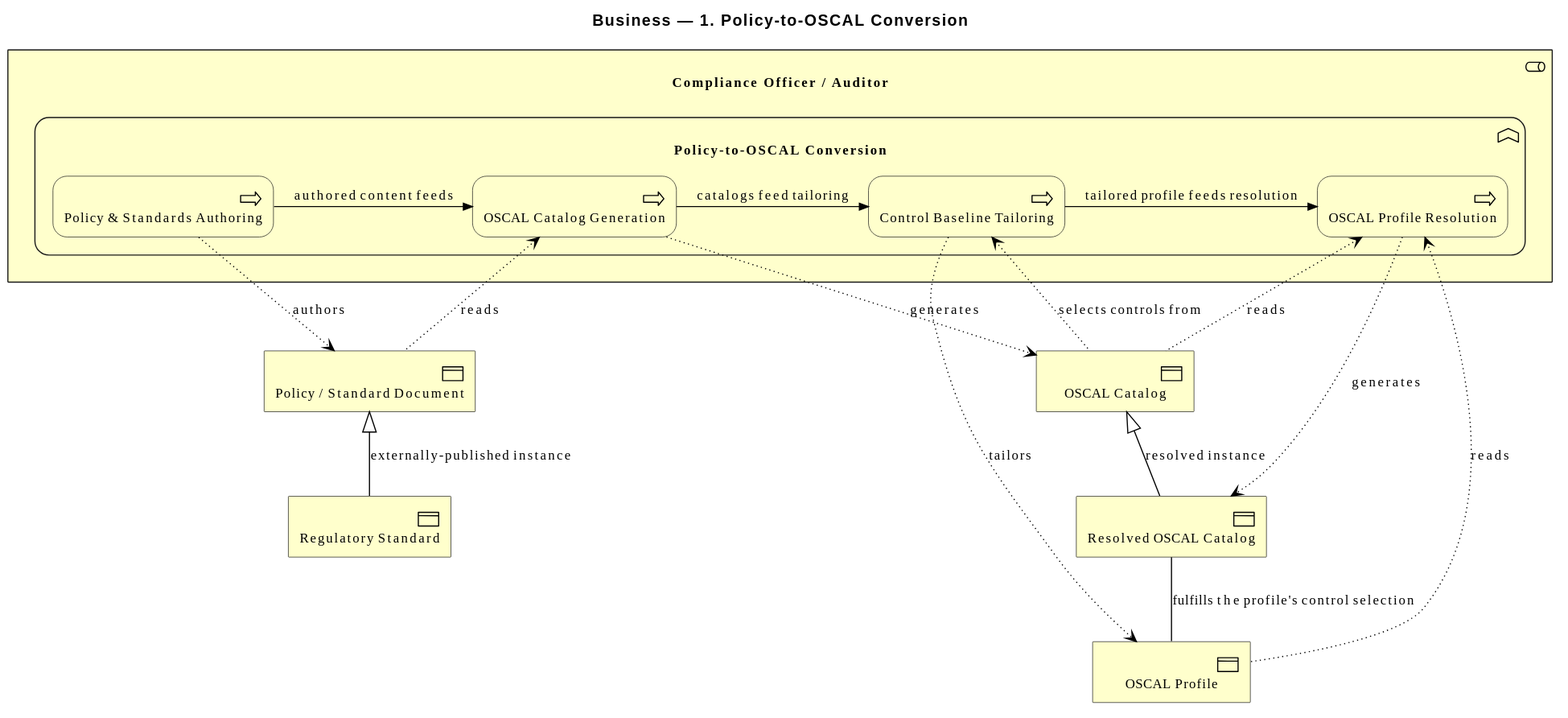
Earlier version of the PlantUML export architecture/model/diagrams/business/1-policy-conversion.svg (wolffy-au/frictionless-architect).
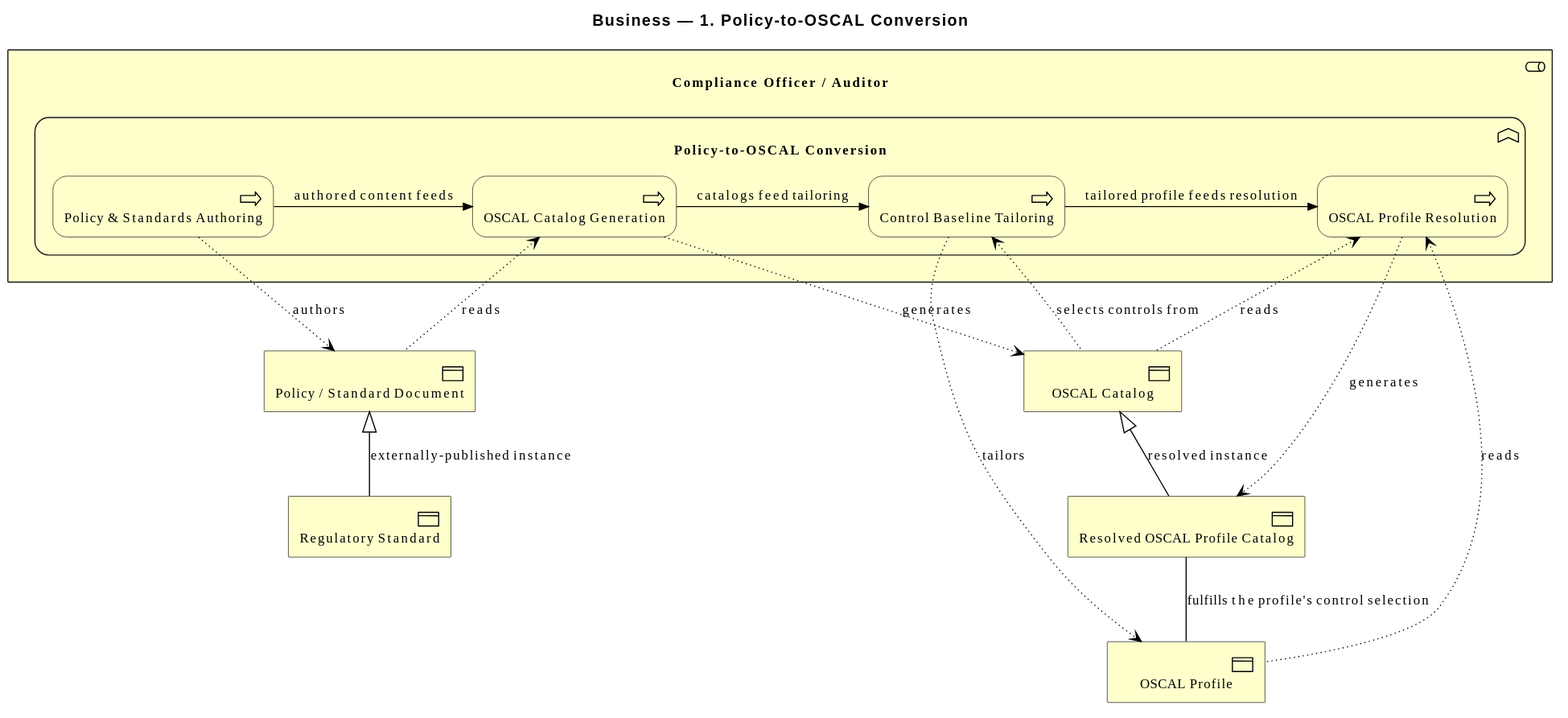
The same file after the commit.

Change to the diagram source:
```diff
@@ -7,7 +7,7 @@
 Business_Object(e_ide330e703d24759, "Policy / Standard Document")
 Business_Object(e_id1d03973d3f5b52, "OSCAL Catalog")
 Business_Object(e_id3a6eb7f6485a55, "OSCAL Profile")
-Business_Object(e_id2df79965778556, "Resolved OSCAL Catalog")
+Business_Object(e_id2df79965778556, "Resolved OSCAL Profile Catalog")
 Business_Role(e_id5e264d2f4bb551, "Compliance Officer / Auditor") {
   Business_Function(e_id108dc21cee6055, "Policy-to-OSCAL Conversion") {
     Business_Process(e_id14fa9f783d5350, "Policy & Standards Authoring")
```
